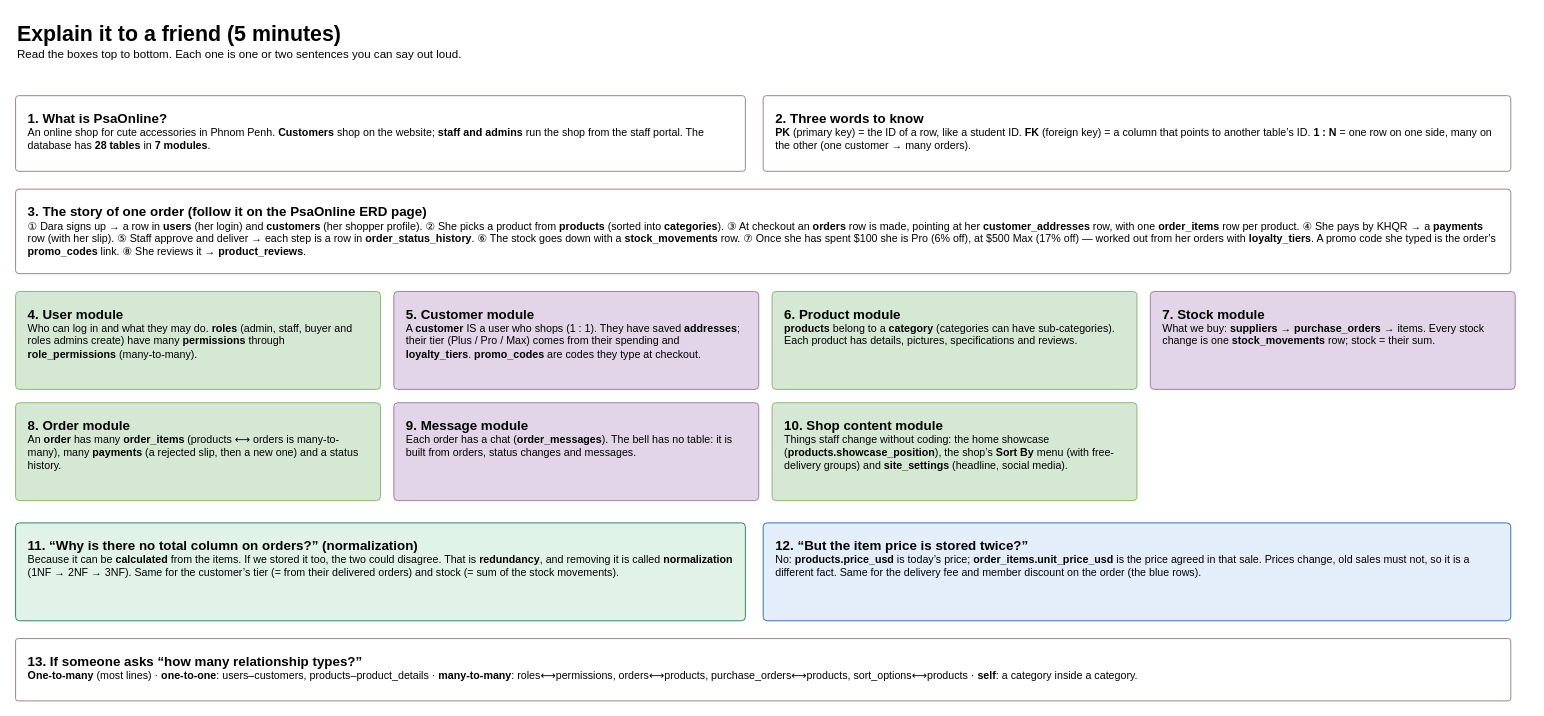
Before: page "Explain it to a friend" (1 of 14) of docs/PsaOnline-database-3NF.drawio in Cchheanglim/psaaccessoriesonline, a draw.io diagram. Source tidied: cells renumbered, new cells numbered last; positions are measured from the earlier drawing's top-left corner, leaving out a move shared by most shapes. Both pictures are drawn from the tidied source at 89%, with x=0, y=0 at pixel (15, 15).
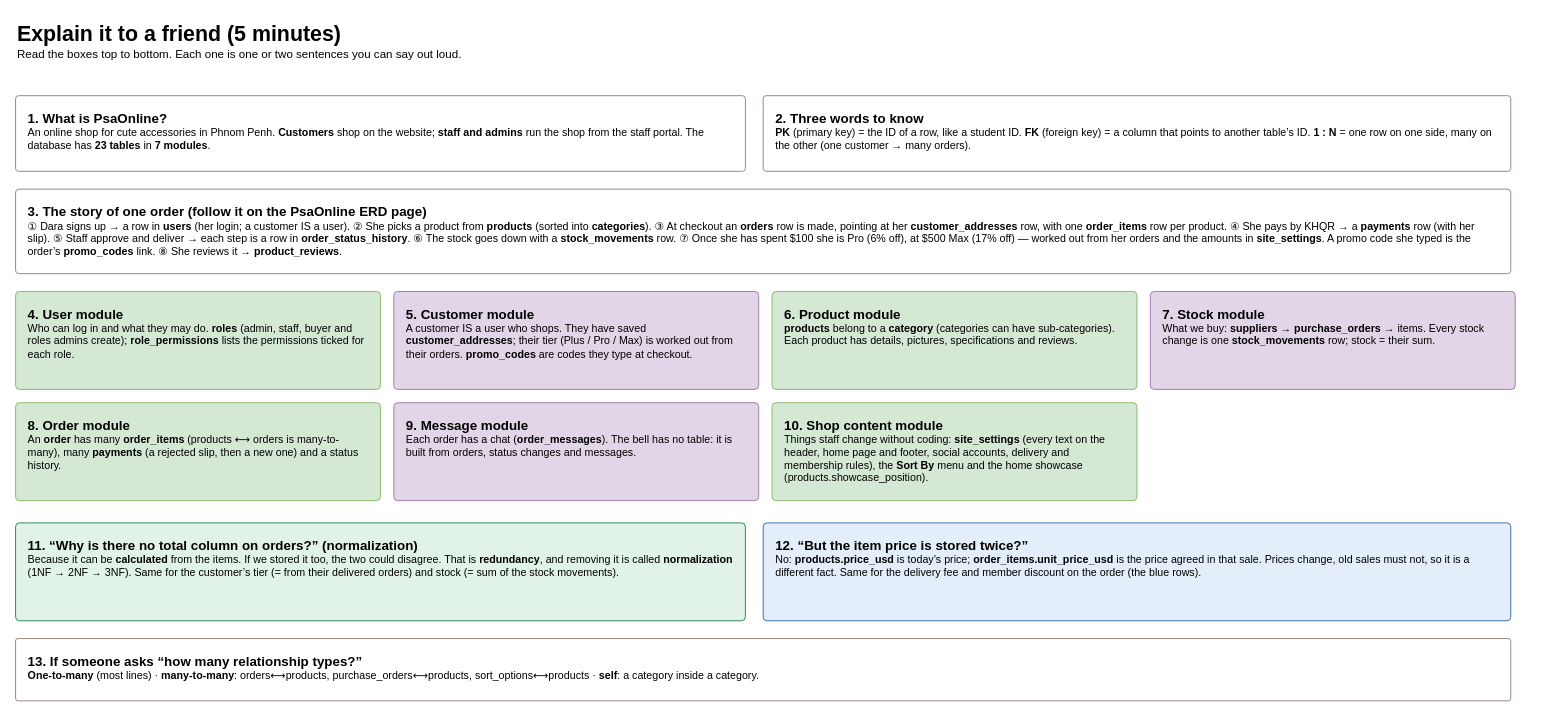
The same diagram, later.

What changed in the source:
```diff
@@
 <mxGraphModel>
   <root>
     <mxCell id="0" />
     <mxCell id="1" parent="0" />
     <mxCell id="2" value="&lt;b style=&quot;font-size:24px&quot;&gt;Explain it to a friend (5 minutes)&lt;/b&gt;&lt;br&gt;&lt;span style=&quot;font-size:13px&quot;&gt;Read the boxes top to bottom. Each one is one or two sentences you can say out loud.&lt;/span&gt;" style="text;html=1;align=left;verticalAlign=top;whiteSpace=wrap;fontSize=13;" parent="1" vertex="1">
       <mxGeometry width="1700" height="70" as="geometry" />
     </mxCell>
-    <mxCell id="3" value="&lt;b style=&quot;font-size:15px&quot;&gt;1. What is PsaOnline?&lt;/b&gt;&lt;br&gt;An online shop for cute accessories in Phnom Penh. &lt;b&gt;Customers&lt;/b&gt; shop on the website; &lt;b&gt;staff and admins&lt;/b&gt; run the shop from the staff portal. The database has &lt;b&gt;28 tables&lt;/b&gt; in &lt;b&gt;7 modules&lt;/b&gt;." style="rounded=1;arcSize=4;whiteSpace=wrap;html=1;align=left;verticalAlign=top;spacingLeft=12;spacingTop=10;spacingRight=12;fontSize=12;fontColor=#000000;fillColor=#FFFFFF;strokeColor=#8C7A76;" parent="1" vertex="1">
+    <mxCell id="3" value="&lt;b style=&quot;font-size:15px&quot;&gt;1. What is PsaOnline?&lt;/b&gt;&lt;br&gt;An online shop for cute accessories in Phnom Penh. &lt;b&gt;Customers&lt;/b&gt; shop on the website; &lt;b&gt;staff and admins&lt;/b&gt; run the shop from the staff portal. The database has &lt;b&gt;23 tables&lt;/b&gt; in &lt;b&gt;7 modules&lt;/b&gt;." style="rounded=1;arcSize=4;whiteSpace=wrap;html=1;align=left;verticalAlign=top;spacingLeft=12;spacingTop=10;spacingRight=12;fontSize=12;fontColor=#000000;fillColor=#FFFFFF;strokeColor=#8C7A76;" parent="1" vertex="1">
       <mxGeometry y="90" width="820" height="85" as="geometry" />
     </mxCell>
     <mxCell id="4" value="&lt;b style=&quot;font-size:15px&quot;&gt;2. Three words to know&lt;/b&gt;&lt;br&gt;&lt;b&gt;PK&lt;/b&gt; (primary key) = the ID of a row, like a student ID. &lt;b&gt;FK&lt;/b&gt; (foreign key) = a column that points to another table’s ID. &lt;b&gt;1 : N&lt;/b&gt; = one row on one side, many on the other (one customer → many orders)." style="rounded=1;arcSize=4;whiteSpace=wrap;html=1;align=left;verticalAlign=top;spacingLeft=12;spacingTop=10;spacingRight=12;fontSize=12;fontColor=#000000;fillColor=#FFFFFF;strokeColor=#8C7A76;" parent="1" vertex="1">
       <mxGeometry x="840" y="90" width="840" height="85" as="geometry" />
     </mxCell>
-    <mxCell id="5" value="&lt;b style=&quot;font-size:15px&quot;&gt;3. The story of one order (follow it on the PsaOnline ERD page)&lt;/b&gt;&lt;br&gt;① Dara signs up → a row in &lt;b&gt;users&lt;/b&gt; (her login) and &lt;b&gt;customers&lt;/b&gt; (her shopper profile). ② She picks a product from &lt;b&gt;products&lt;/b&gt; (sorted into &lt;b&gt;categories&lt;/b&gt;). ③ At checkout an &lt;b&gt;orders&lt;/b&gt; row is made, pointing at her &lt;b&gt;customer_addresses&lt;/b&gt; row, with one &lt;b&gt;order_items&lt;/b&gt; row per product. ④ She pays by KHQR → a &lt;b&gt;payments&lt;/b&gt; row (with her slip). ⑤ Staff approve and deliver → each step is a row in &lt;b&gt;order_status_history&lt;/b&gt;. ⑥ The stock goes down with a &lt;b&gt;stock_movements&lt;/b&gt; row. ⑦ Once she has spent $100 she is Pro (6% off), at $500 Max (17% off) — worked out from her orders with &lt;b&gt;loyalty_tiers&lt;/b&gt;. A promo code she typed is the order’s &lt;b&gt;promo_codes&lt;/b&gt; link. ⑧ She reviews it → &lt;b&gt;product_reviews&lt;/b&gt;." style="rounded=1;arcSize=4;whiteSpace=wrap;html=1;align=left;verticalAlign=top;spacingLeft=12;spacingTop=10;spacingRight=12;fontSize=12;fontColor=#000000;fillColor=#FFFFFF;strokeColor=#8C7A76;" parent="1" vertex="1">
+    <mxCell id="5" value="&lt;b style=&quot;font-size:15px&quot;&gt;3. The story of one order (follow it on the PsaOnline ERD page)&lt;/b&gt;&lt;br&gt;① Dara signs up → a row in &lt;b&gt;users&lt;/b&gt; (her login; a customer IS a user). ② She picks a product from &lt;b&gt;products&lt;/b&gt; (sorted into &lt;b&gt;categories&lt;/b&gt;). ③ At checkout an &lt;b&gt;orders&lt;/b&gt; row is made, pointing at her &lt;b&gt;customer_addresses&lt;/b&gt; row, with one &lt;b&gt;order_items&lt;/b&gt; row per product. ④ She pays by KHQR → a &lt;b&gt;payments&lt;/b&gt; row (with her slip). ⑤ Staff approve and deliver → each step is a row in &lt;b&gt;order_status_history&lt;/b&gt;. ⑥ The stock goes down with a &lt;b&gt;stock_movements&lt;/b&gt; row. ⑦ Once she has spent $100 she is Pro (6% off), at $500 Max (17% off) — worked out from her orders and the amounts in &lt;b&gt;site_settings&lt;/b&gt;. A promo code she typed is the order’s &lt;b&gt;promo_codes&lt;/b&gt; link. ⑧ She reviews it → &lt;b&gt;product_reviews&lt;/b&gt;." style="rounded=1;arcSize=4;whiteSpace=wrap;html=1;align=left;verticalAlign=top;spacingLeft=12;spacingTop=10;spacingRight=12;fontSize=12;fontColor=#000000;fillColor=#FFFFFF;strokeColor=#8C7A76;" parent="1" vertex="1">
       <mxGeometry y="195" width="1680" height="95" as="geometry" />
     </mxCell>
-    <mxCell id="6" value="&lt;b style=&quot;font-size:15px&quot;&gt;4. User module&lt;/b&gt;&lt;br&gt;Who can log in and what they may do. &lt;b&gt;roles&lt;/b&gt; (admin, staff, buyer and roles admins create) have many &lt;b&gt;permissions&lt;/b&gt; through &lt;b&gt;role_permissions&lt;/b&gt; (many-to-many)." style="rounded=1;arcSize=4;whiteSpace=wrap;html=1;align=left;verticalAlign=top;spacingLeft=12;spacingTop=10;spacingRight=12;fontSize=12;fontColor=#000000;fillColor=#D5E8D4;strokeColor=#82B366;" parent="1" vertex="1">
+    <mxCell id="6" value="&lt;b style=&quot;font-size:15px&quot;&gt;4. User module&lt;/b&gt;&lt;br&gt;Who can log in and what they may do. &lt;b&gt;roles&lt;/b&gt; (admin, staff, buyer and roles admins create); &lt;b&gt;role_permissions&lt;/b&gt; lists the permissions ticked for each role." style="rounded=1;arcSize=4;whiteSpace=wrap;html=1;align=left;verticalAlign=top;spacingLeft=12;spacingTop=10;spacingRight=12;fontSize=12;fontColor=#000000;fillColor=#D5E8D4;strokeColor=#82B366;" parent="1" vertex="1">
       <mxGeometry y="310" width="410" height="110" as="geometry" />
     </mxCell>
-    <mxCell id="7" value="&lt;b style=&quot;font-size:15px&quot;&gt;5. Customer module&lt;/b&gt;&lt;br&gt;A &lt;b&gt;customer&lt;/b&gt; IS a user who shops (1 : 1). They have saved &lt;b&gt;addresses&lt;/b&gt;; their tier (Plus / Pro / Max) comes from their spending and &lt;b&gt;loyalty_tiers&lt;/b&gt;. &lt;b&gt;promo_codes&lt;/b&gt; are codes they type at checkout." style="rounded=1;arcSize=4;whiteSpace=wrap;html=1;align=left;verticalAlign=top;spacingLeft=12;spacingTop=10;spacingRight=12;fontSize=12;fontColor=#000000;fillColor=#E1D5E7;strokeColor=#9673A6;" parent="1" vertex="1">
+    <mxCell id="7" value="&lt;b style=&quot;font-size:15px&quot;&gt;5. Customer module&lt;/b&gt;&lt;br&gt;A customer IS a user who shops. They have saved &lt;b&gt;customer_addresses&lt;/b&gt;; their tier (Plus / Pro / Max) is worked out from their orders. &lt;b&gt;promo_codes&lt;/b&gt; are codes they type at checkout." style="rounded=1;arcSize=4;whiteSpace=wrap;html=1;align=left;verticalAlign=top;spacingLeft=12;spacingTop=10;spacingRight=12;fontSize=12;fontColor=#000000;fillColor=#E1D5E7;strokeColor=#9673A6;" parent="1" vertex="1">
       <mxGeometry x="425" y="310" width="410" height="110" as="geometry" />
     </mxCell>
     <mxCell id="8" value="&lt;b style=&quot;font-size:15px&quot;&gt;6. Product module&lt;/b&gt;&lt;br&gt;&lt;b&gt;products&lt;/b&gt; belong to a &lt;b&gt;category&lt;/b&gt; (categories can have sub-categories). Each product has details, pictures, specifications and reviews." style="rounded=1;arcSize=4;whiteSpace=wrap;html=1;align=left;verticalAlign=top;spacingLeft=12;spacingTop=10;spacingRight=12;fontSize=12;fontColor=#000000;fillColor=#D5E8D4;strokeColor=#82B366;" parent="1" vertex="1">
       <mxGeometry x="850" y="310" width="410" height="110" as="geometry" />
     </mxCell>
     <mxCell id="9" value="&lt;b style=&quot;font-size:15px&quot;&gt;7. Stock module&lt;/b&gt;&lt;br&gt;What we buy: &lt;b&gt;suppliers&lt;/b&gt; → &lt;b&gt;purchase_orders&lt;/b&gt; → items. Every stock change is one &lt;b&gt;stock_movements&lt;/b&gt; row; stock = their sum." style="rounded=1;arcSize=4;whiteSpace=wrap;html=1;align=left;verticalAlign=top;spacingLeft=12;spacingTop=10;spacingRight=12;fontSize=12;fontColor=#000000;fillColor=#E1D5E7;strokeColor=#9673A6;" parent="1" vertex="1">
       <mxGeometry x="1275" y="310" width="410" height="110" as="geometry" />
     </mxCell>
     <mxCell id="10" value="&lt;b style=&quot;font-size:15px&quot;&gt;8. Order module&lt;/b&gt;&lt;br&gt;An &lt;b&gt;order&lt;/b&gt; has many &lt;b&gt;order_items&lt;/b&gt; (products ⟷ orders is many-to-many), many &lt;b&gt;payments&lt;/b&gt; (a rejected slip, then a new one) and a status history." style="rounded=1;arcSize=4;whiteSpace=wrap;html=1;align=left;verticalAlign=top;spacingLeft=12;spacingTop=10;spacingRight=12;fontSize=12;fontColor=#000000;fillColor=#D5E8D4;strokeColor=#82B366;" parent="1" vertex="1">
       <mxGeometry y="435" width="410" height="110" as="geometry" />
     </mxCell>
     <mxCell id="11" value="&lt;b style=&quot;font-size:15px&quot;&gt;9. Message module&lt;/b&gt;&lt;br&gt;Each order has a chat (&lt;b&gt;order_messages&lt;/b&gt;). The bell has no table: it is built from orders, status changes and messages." style="rounded=1;arcSize=4;whiteSpace=wrap;html=1;align=left;verticalAlign=top;spacingLeft=12;spacingTop=10;spacingRight=12;fontSize=12;fontColor=#000000;fillColor=#E1D5E7;strokeColor=#9673A6;" parent="1" vertex="1">
       <mxGeometry x="425" y="435" width="410" height="110" as="geometry" />
     </mxCell>
-    <mxCell id="12" value="&lt;b style=&quot;font-size:15px&quot;&gt;10. Shop content module&lt;/b&gt;&lt;br&gt;Things staff change without coding: the home showcase (&lt;b&gt;products.showcase_position&lt;/b&gt;), the shop’s &lt;b&gt;Sort By&lt;/b&gt; menu (with free-delivery groups) and &lt;b&gt;site_settings&lt;/b&gt; (headline, social media)." style="rounded=1;arcSize=4;whiteSpace=wrap;html=1;align=left;verticalAlign=top;spacingLeft=12;spacingTop=10;spacingRight=12;fontSize=12;fontColor=#000000;fillColor=#D5E8D4;strokeColor=#82B366;" parent="1" vertex="1">
+    <mxCell id="12" value="&lt;b style=&quot;font-size:15px&quot;&gt;10. Shop content module&lt;/b&gt;&lt;br&gt;Things staff change without coding: &lt;b&gt;site_settings&lt;/b&gt; (every text on the header, home page and footer, social accounts, delivery and membership rules), the &lt;b&gt;Sort By&lt;/b&gt; menu and the home showcase (products.showcase_position)." style="rounded=1;arcSize=4;whiteSpace=wrap;html=1;align=left;verticalAlign=top;spacingLeft=12;spacingTop=10;spacingRight=12;fontSize=12;fontColor=#000000;fillColor=#D5E8D4;strokeColor=#82B366;" parent="1" vertex="1">
       <mxGeometry x="850" y="435" width="410" height="110" as="geometry" />
     </mxCell>
     <mxCell id="13" value="&lt;b style=&quot;font-size:15px&quot;&gt;11. “Why is there no total column on orders?” (normalization)&lt;/b&gt;&lt;br&gt;Because it can be &lt;b&gt;calculated&lt;/b&gt; from the items. If we stored it too, the two could disagree. That is &lt;b&gt;redundancy&lt;/b&gt;, and removing it is called &lt;b&gt;normalization&lt;/b&gt; (1NF → 2NF → 3NF). Same for the customer’s tier (= from their delivered orders) and stock (= sum of the stock movements)." style="rounded=1;arcSize=4;whiteSpace=wrap;html=1;align=left;verticalAlign=top;spacingLeft=12;spacingTop=10;spacingRight=12;fontSize=12;fontColor=#000000;fillColor=#E1F3E9;strokeColor=#1E7A4C;" parent="1" vertex="1">
       <mxGeometry y="570" width="820" height="110" as="geometry" />
     </mxCell>
     <mxCell id="14" value="&lt;b style=&quot;font-size:15px&quot;&gt;12. “But the item price is stored twice?”&lt;/b&gt;&lt;br&gt;No: &lt;b&gt;products.price_usd&lt;/b&gt; is today’s price; &lt;b&gt;order_items.unit_price_usd&lt;/b&gt; is the price agreed in that sale. Prices change, old sales must not, so it is a different fact. Same for the delivery fee and member discount on the order (the blue rows)." style="rounded=1;arcSize=4;whiteSpace=wrap;html=1;align=left;verticalAlign=top;spacingLeft=12;spacingTop=10;spacingRight=12;fontSize=12;fontColor=#000000;fillColor=#E3EEFA;strokeColor=#2563A8;" parent="1" vertex="1">
       <mxGeometry x="840" y="570" width="840" height="110" as="geometry" />
     </mxCell>
-    <mxCell id="15" value="&lt;b style=&quot;font-size:15px&quot;&gt;13. If someone asks “how many relationship types?”&lt;/b&gt;&lt;br&gt;&lt;b&gt;One-to-many&lt;/b&gt; (most lines) · &lt;b&gt;one-to-one&lt;/b&gt;: users–customers, products–product_details · &lt;b&gt;many-to-many&lt;/b&gt;: roles⟷permissions, orders⟷products, purchase_orders⟷products, sort_options⟷products · &lt;b&gt;self&lt;/b&gt;: a category inside a category." style="rounded=1;arcSize=4;whiteSpace=wrap;html=1;align=left;verticalAlign=top;spacingLeft=12;spacingTop=10;spacingRight=12;fontSize=12;fontColor=#000000;fillColor=#FFFFFF;strokeColor=#8C7A76;" parent="1" vertex="1">
+    <mxCell id="15" value="&lt;b style=&quot;font-size:15px&quot;&gt;13. If someone asks “how many relationship types?”&lt;/b&gt;&lt;br&gt;&lt;b&gt;One-to-many&lt;/b&gt; (most lines) · &lt;b&gt;many-to-many&lt;/b&gt;: orders⟷products, purchase_orders⟷products, sort_options⟷products · &lt;b&gt;self&lt;/b&gt;: a category inside a category." style="rounded=1;arcSize=4;whiteSpace=wrap;html=1;align=left;verticalAlign=top;spacingLeft=12;spacingTop=10;spacingRight=12;fontSize=12;fontColor=#000000;fillColor=#FFFFFF;strokeColor=#8C7A76;" parent="1" vertex="1">
       <mxGeometry y="700" width="1680" height="70" as="geometry" />
     </mxCell>
   </root>
 </mxGraphModel>
```
